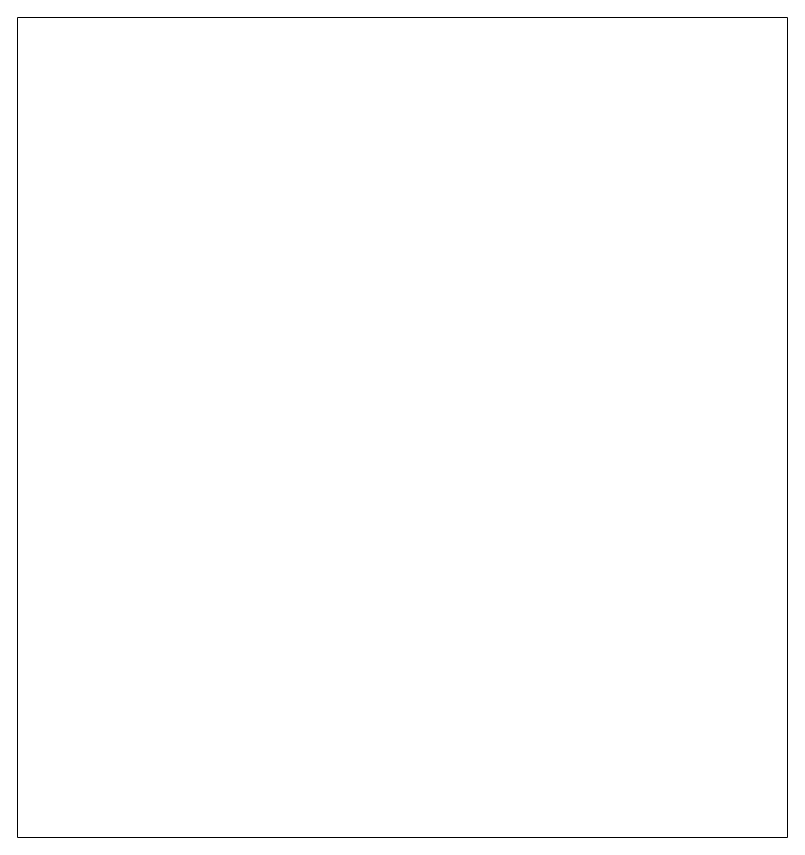
Before: 网盘资源网站首页.drawio in cxl0704/design, a draw.io diagram. Source tidied: cells renumbered, new cells numbered last; positions are measured from the earlier drawing's top-left corner, leaving out a move shared by most shapes. Both pictures are drawn from the tidied source at 100%, with x=0, y=0 at pixel (17, 17).
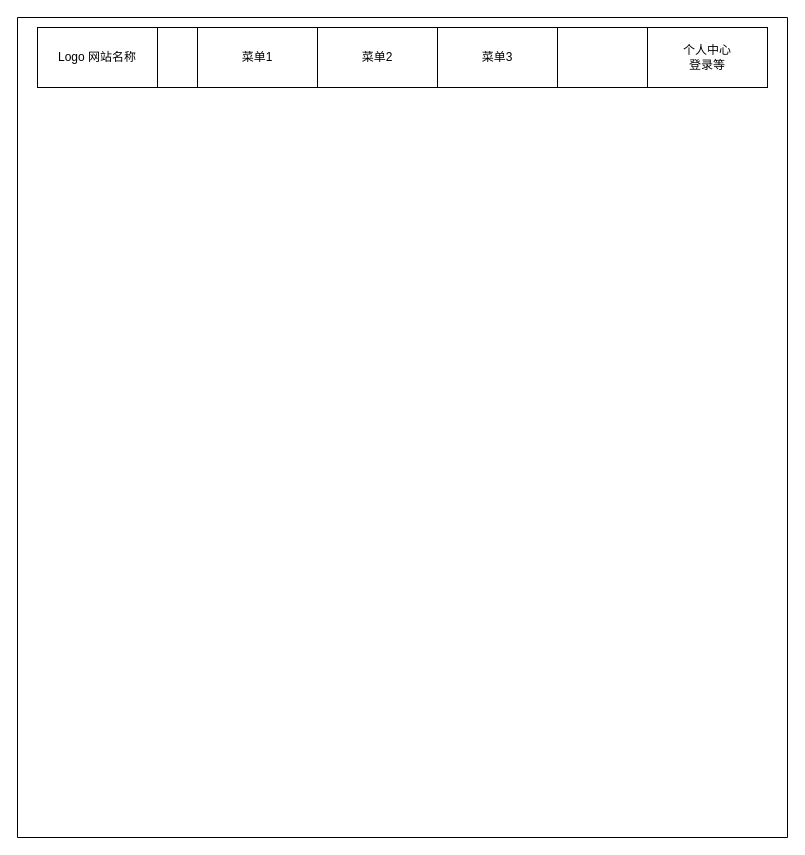
Above is the later version.

Commit message (it also covers changes not shown here):
更新网盘资源网站首页.drawio

Diff of the diagram source:
```diff
@@
 <mxGraphModel>
   <root>
     <mxCell id="0" />
     <mxCell id="1" parent="0" />
     <mxCell id="2" style="verticalLabelPosition=bottom;verticalAlign=top;html=1;shape=mxgraph.basic.rect;fillColor2=none;strokeWidth=1;size=20;indent=5;" parent="1" vertex="1">
       <mxGeometry width="770" height="820" as="geometry" />
     </mxCell>
+    <mxCell id="3" style="verticalLabelPosition=bottom;verticalAlign=top;html=1;shape=mxgraph.basic.rect;fillColor2=none;strokeWidth=1;size=20;indent=5;" parent="1" vertex="1">
+      <mxGeometry x="20" y="10" width="730" height="60" as="geometry" />
+    </mxCell>
+    <mxCell id="4" value="Logo 网站名称" style="rounded=0;whiteSpace=wrap;html=1;" parent="1" vertex="1">
+      <mxGeometry x="20" y="10" width="120" height="60" as="geometry" />
+    </mxCell>
+    <mxCell id="5" value="菜单1" style="rounded=0;whiteSpace=wrap;html=1;" parent="1" vertex="1">
+      <mxGeometry x="180" y="10" width="120" height="60" as="geometry" />
+    </mxCell>
+    <mxCell id="6" value="菜单2" style="rounded=0;whiteSpace=wrap;html=1;" parent="1" vertex="1">
+      <mxGeometry x="300" y="10" width="120" height="60" as="geometry" />
+    </mxCell>
+    <mxCell id="7" value="菜单3" style="rounded=0;whiteSpace=wrap;html=1;" parent="1" vertex="1">
+      <mxGeometry x="420" y="10" width="120" height="60" as="geometry" />
+    </mxCell>
+    <mxCell id="8" value="个人中心&lt;div&gt;登录等&lt;/div&gt;" style="rounded=0;whiteSpace=wrap;html=1;" parent="1" vertex="1">
+      <mxGeometry x="630" y="10" width="120" height="60" as="geometry" />
+    </mxCell>
   </root>
 </mxGraphModel>
```
